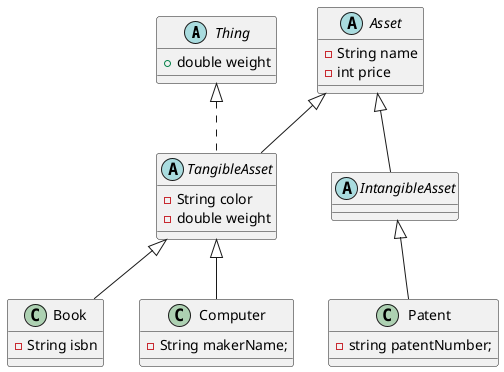
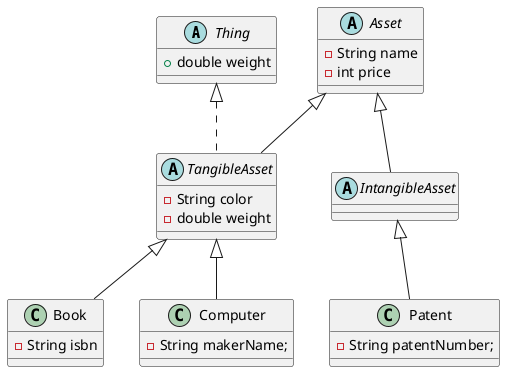
@startuml

abstract class Thing{
    + double weight
}

abstract class Asset {
    - String name
    - int price
}

abstract class TangibleAsset{
    - String color
    - double weight
}
abstract class IntangibleAsset{

}

class Book {
    -String isbn
}
class Computer{
    - String makerName;
}
class Patent{
-     - string patentNumber;
+     - String patentNumber;
}

Thing <|.. TangibleAsset
Asset <|-- TangibleAsset
Asset <|-- IntangibleAsset

TangibleAsset <|-- Book
TangibleAsset <|-- Computer

IntangibleAsset <|-- Patent

@enduml